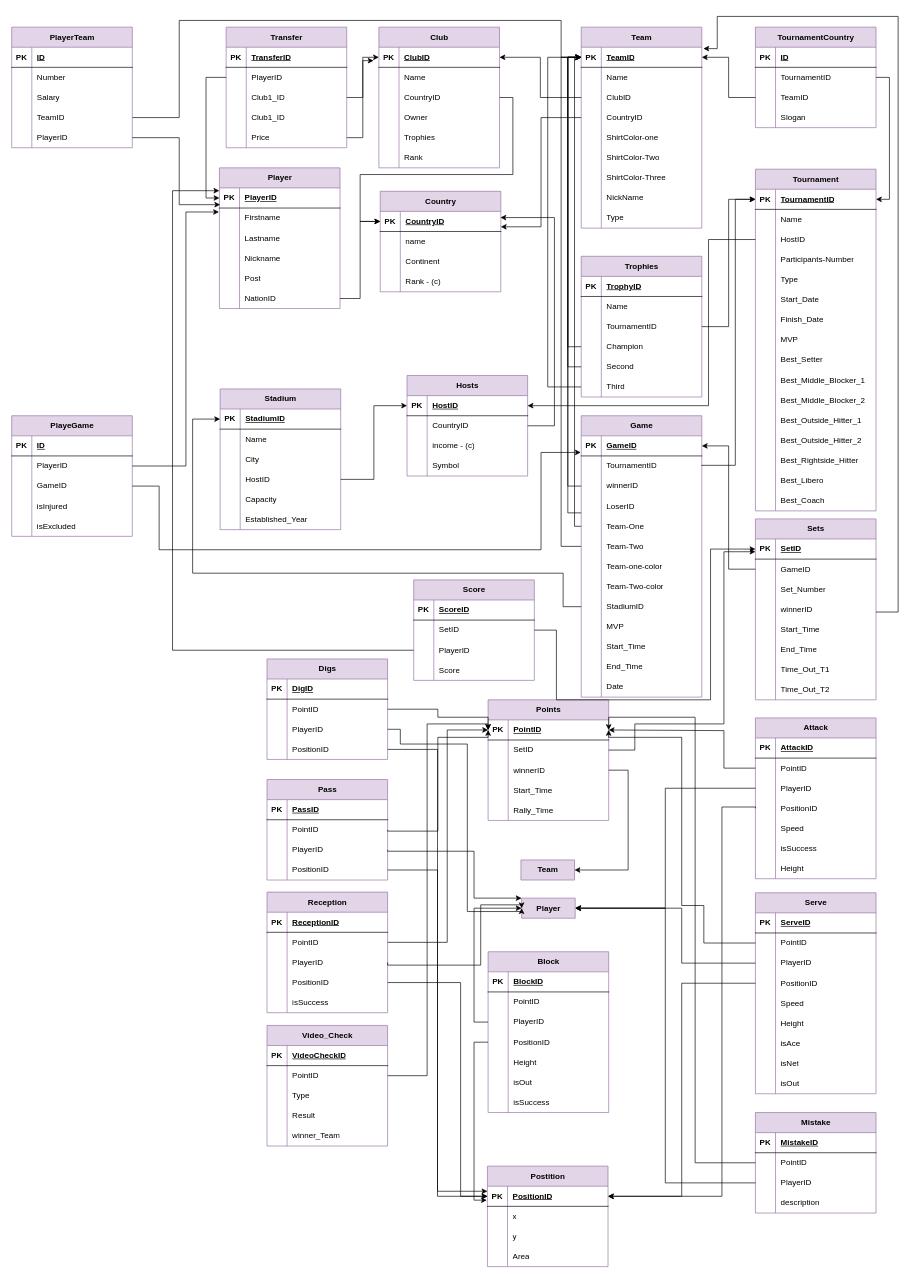
Above: page "ER-Diagram" (1 of 2) of DB2_Project_Diagrams.drawio in Matinrezaei/Software-Lab (draw.io), before the change. Source tidied: cells renumbered, new cells numbered last; positions are measured from the earlier drawing's top-left corner, leaving out a move shared by most shapes. Both pictures are drawn from the tidied source at 67%, with x=0, y=0 at pixel (11, 16).
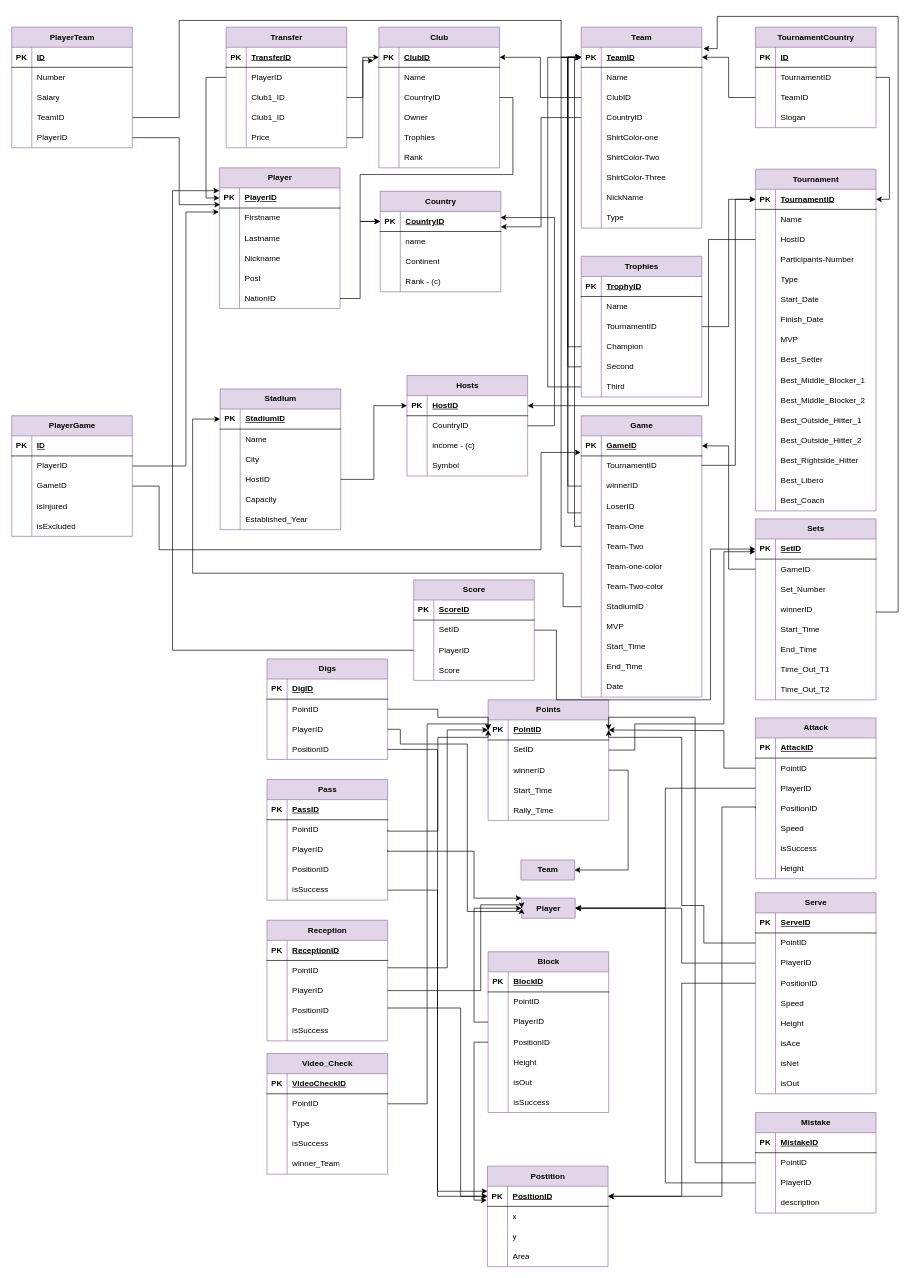
The same diagram, later.

Unchanged cells that the change refers to:
```xml
<mxCell id="183" style="shape=tableRow;horizontal=0;startSize=0;swimlaneHead=0;swimlaneBody=0;fillColor=none;points=[[0,0.5],[1,0.5]];portConstraint=eastwest;top=0;left=0;right=0;bottom=1;" parent="182" vertex="1">
  <mxGeometry y="30" width="180" height="30" as="geometry" />
</mxCell>
<mxCell id="343" style="shape=tableRow;horizontal=0;startSize=0;swimlaneHead=0;swimlaneBody=0;fillColor=none;points=[[0,0.5],[1,0.5]];portConstraint=eastwest;top=0;left=0;right=0;bottom=0;" parent="339" vertex="1">
  <mxGeometry y="60" width="180" height="30" as="geometry" />
</mxCell>
<mxCell id="346" style="shape=tableRow;horizontal=0;startSize=0;swimlaneHead=0;swimlaneBody=0;fillColor=none;points=[[0,0.5],[1,0.5]];portConstraint=eastwest;top=0;left=0;right=0;bottom=0;" parent="339" vertex="1">
  <mxGeometry y="90" width="180" height="30" as="geometry" />
</mxCell>
<mxCell id="349" style="shape=tableRow;horizontal=0;startSize=0;swimlaneHead=0;swimlaneBody=0;fillColor=none;points=[[0,0.5],[1,0.5]];portConstraint=eastwest;top=0;left=0;right=0;bottom=0;" parent="339" vertex="1">
  <mxGeometry y="120" width="180" height="30" as="geometry" />
</mxCell>
<mxCell id="447" value="Player" style="shape=table;startSize=30;childLayout=tableLayout;rowLines=0;fontStyle=1;align=center;html=1;fillColor=#e1d5e7;strokeColor=#9673a6;" parent="1" vertex="1" collapsed="1">
  <mxGeometry x="761" y="1316" width="80" height="30" as="geometry" />
</mxCell>
<mxCell id="459" style="shape=tableRow;horizontal=0;startSize=0;swimlaneHead=0;swimlaneBody=0;fillColor=none;points=[[0,0.5],[1,0.5]];portConstraint=eastwest;top=0;left=0;right=0;bottom=0;" parent="455" vertex="1">
  <mxGeometry y="60" width="180" height="30" as="geometry" />
</mxCell>
<mxCell id="465" style="shape=tableRow;horizontal=0;startSize=0;swimlaneHead=0;swimlaneBody=0;fillColor=none;top=0;left=0;right=0;bottom=0;" parent="455" vertex="1">
  <mxGeometry y="120" width="180" height="30" as="geometry" />
</mxCell>
```

What changed in the source:
```diff
@@
     <mxCell id="326" value="Pass" style="shape=table;startSize=30;childLayout=tableLayout;rowLines=0;fontStyle=1;align=center;html=1;fillColor=#e1d5e7;strokeColor=#9673a6;" parent="1" vertex="1">
-      <mxGeometry x="381" y="1139" width="180" height="150" as="geometry" />
+      <mxGeometry x="381" y="1139" width="180" height="180" as="geometry" />
     </mxCell>
@@
+    <mxCell id="546" style="shape=tableRow;horizontal=0;startSize=0;swimlaneHead=0;swimlaneBody=0;fillColor=none;top=0;left=0;right=0;bottom=0;" parent="326" vertex="1">
+      <mxGeometry y="120" width="180" height="30" as="geometry" />
+    </mxCell>
+    <mxCell id="547" style="shape=partialRectangle;fillColor=none;top=0;left=0;bottom=0;right=0;overflow=hidden;whiteSpace=wrap;html=1;" parent="546" vertex="1">
+      <mxGeometry width="30" height="30" as="geometry" />
+    </mxCell>
+    <mxCell id="548" value="PositionID" style="shape=partialRectangle;fillColor=none;top=0;left=0;bottom=0;right=0;align=left;spacingLeft=6;overflow=hidden;whiteSpace=wrap;html=1;" parent="546" vertex="1">
+      <mxGeometry x="30" width="150" height="30" as="geometry" />
+    </mxCell>
     <mxCell id="336" style="shape=tableRow;horizontal=0;startSize=0;swimlaneHead=0;swimlaneBody=0;fillColor=none;points=[[0,0.5],[1,0.5]];portConstraint=eastwest;top=0;left=0;right=0;bottom=0;" parent="326" vertex="1">
-      <mxGeometry y="120" width="180" height="30" as="geometry" />
+      <mxGeometry y="150" width="180" height="30" as="geometry" />
     </mxCell>
@@
-    <mxCell id="338" value="PositionID" style="shape=partialRectangle;fillColor=none;top=0;left=0;bottom=0;right=0;align=left;spacingLeft=6;overflow=hidden;whiteSpace=wrap;html=1;" parent="336" vertex="1">
+    <mxCell id="338" value="isSuccess" style="shape=partialRectangle;fillColor=none;top=0;left=0;bottom=0;right=0;align=left;spacingLeft=6;overflow=hidden;whiteSpace=wrap;html=1;" parent="336" vertex="1">
       <mxGeometry x="30" width="150" height="30" as="geometry" />
     </mxCell>
     <mxCell id="339" value="Reception" style="shape=table;startSize=30;childLayout=tableLayout;rowLines=0;fontStyle=1;align=center;html=1;fillColor=#e1d5e7;strokeColor=#9673a6;" parent="1" vertex="1">
-      <mxGeometry x="381" y="1307" width="180" height="180" as="geometry" />
+      <mxGeometry x="381" y="1349" width="180" height="180" as="geometry" />
     </mxCell>
@@
     <mxCell id="358" style="edgeStyle=orthogonalEdgeStyle;rounded=0;jettySize=auto;html=1;" parent="1" edge="1" source="343" target="183">
       <mxGeometry relative="1" as="geometry">
         <Array as="points">
-          <mxPoint x="650" y="1382" />
+          <mxPoint x="650" y="1420" />
           <mxPoint x="650" y="1065" />
         </Array>
       </mxGeometry>
     </mxCell>
@@
     <mxCell id="454" style="edgeStyle=orthogonalEdgeStyle;rounded=0;jettySize=auto;html=1;entryX=0;entryY=0.5;entryDx=0;entryDy=0;exitX=1;exitY=0.5;exitDx=0;exitDy=0;" parent="1" edge="1" source="346" target="447">
       <mxGeometry relative="1" as="geometry">
         <Array as="points">
-          <mxPoint x="561" y="1416" />
-          <mxPoint x="700" y="1416" />
+          <mxPoint x="700" y="1454" />
           <mxPoint x="700" y="1326" />
           <mxPoint x="761" y="1326" />
         </Array>
       </mxGeometry>
     </mxCell>
     <mxCell id="455" value="Video_Check" style="shape=table;startSize=30;childLayout=tableLayout;rowLines=0;fontStyle=1;align=center;html=1;fillColor=#e1d5e7;strokeColor=#9673a6;" parent="1" vertex="1">
-      <mxGeometry x="381" y="1506" width="180" height="180" as="geometry" />
+      <mxGeometry x="381" y="1548" width="180" height="180" as="geometry" />
     </mxCell>
@@
-    <mxCell id="467" value="Result" style="shape=partialRectangle;fillColor=none;top=0;left=0;bottom=0;right=0;align=left;spacingLeft=6;overflow=hidden;whiteSpace=wrap;html=1;" parent="465" vertex="1">
+    <mxCell id="467" value="isSuccess" style="shape=partialRectangle;fillColor=none;top=0;left=0;bottom=0;right=0;align=left;spacingLeft=6;overflow=hidden;whiteSpace=wrap;html=1;" parent="465" vertex="1">
       <mxGeometry x="30" width="150" height="30" as="geometry" />
     </mxCell>
@@
     <mxCell id="471" style="edgeStyle=orthogonalEdgeStyle;rounded=0;jettySize=auto;html=1;entryX=0;entryY=0.5;entryDx=0;entryDy=0;" parent="1" edge="1" source="459" target="183">
       <mxGeometry relative="1" as="geometry">
         <Array as="points">
-          <mxPoint x="620" y="1581" />
+          <mxPoint x="620" y="1623" />
           <mxPoint x="620" y="1056" />
           <mxPoint x="711" y="1056" />
         </Array>
       </mxGeometry>
     </mxCell>
@@
     <mxCell id="519" style="edgeStyle=orthogonalEdgeStyle;rounded=0;jettySize=auto;html=1;" parent="1" edge="1" source="349">
       <mxGeometry relative="1" as="geometry">
         <mxPoint x="710" y="1761" as="targetPoint" />
         <Array as="points">
-          <mxPoint x="670" y="1442" />
+          <mxPoint x="670" y="1480" />
           <mxPoint x="670" y="1761" />
         </Array>
       </mxGeometry>
     </mxCell>
@@
-    <mxCell id="523" value="PlayeGame" style="shape=table;startSize=30;childLayout=tableLayout;rowLines=0;fontStyle=1;align=center;html=1;fillColor=#e1d5e7;strokeColor=#9673a6;" parent="1" vertex="1">
+    <mxCell id="523" value="PlayerGame" style="shape=table;startSize=30;childLayout=tableLayout;rowLines=0;fontStyle=1;align=center;html=1;fillColor=#e1d5e7;strokeColor=#9673a6;" parent="1" vertex="1">
       <mxGeometry y="596" width="180" height="180" as="geometry" />
     </mxCell>
```
